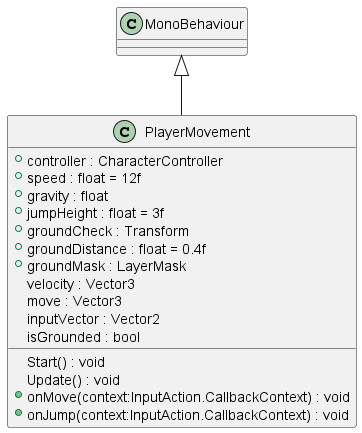
Above: uml-output/PlayerMovement.png in Eliaz-LR/3D-Minesweeper (PlantUML), before the change. Its diagram source:
```plantuml
@startuml
class PlayerMovement {
    + controller : CharacterController
    + speed : float = 12f
    + gravity : float
    + jumpHeight : float = 3f
    + groundCheck : Transform
    + groundDistance : float = 0.4f
    + groundMask : LayerMask
    velocity : Vector3
    move : Vector3
    inputVector : Vector2
    isGrounded : bool
    Start() : void
    Update() : void
    + onMove(context:InputAction.CallbackContext) : void
    + onJump(context:InputAction.CallbackContext) : void
}
MonoBehaviour <|-- PlayerMovement
@enduml
```
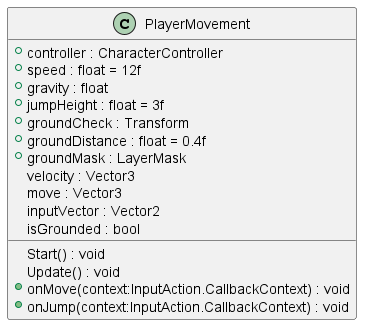
The same file after the commit.

The edit, as a diff of the source:
```diff
@@ -16,5 +16,5 @@
     + onMove(context:InputAction.CallbackContext) : void
     + onJump(context:InputAction.CallbackContext) : void
 }
-MonoBehaviour <|-- PlayerMovement
+
 @enduml
```
